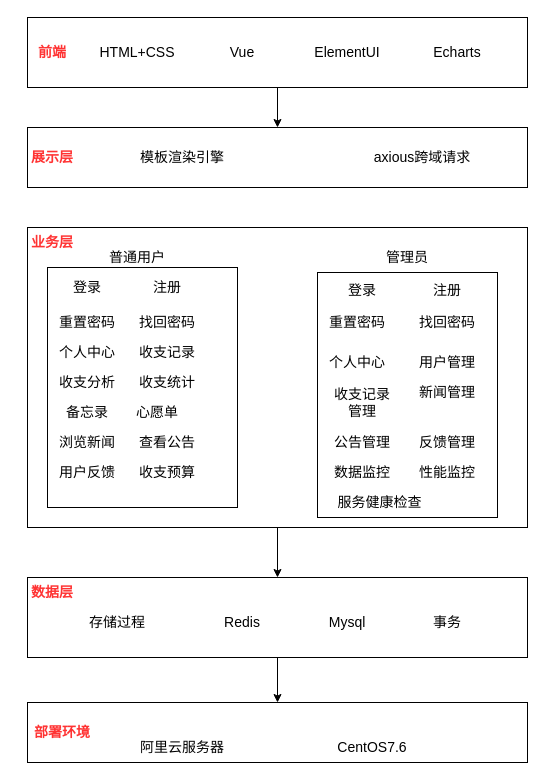
The draw.io diagram 毕设专用/系统架构图 (1).drawio in KTLeYing/draw-diagram, before the edit. Source tidied: cells renumbered, new cells numbered last; positions are measured from the earlier drawing's top-left corner, leaving out a move shared by most shapes. Both pictures are drawn from the tidied source at 100%, with x=0, y=0 at pixel (17, 17).
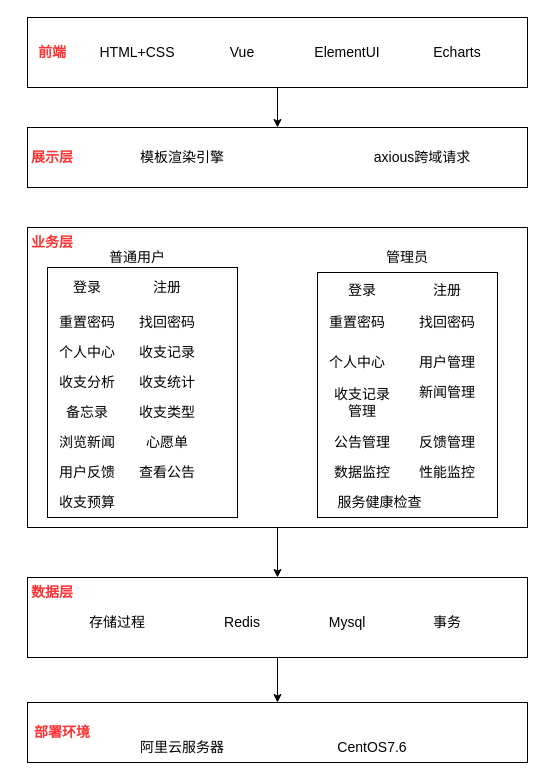
Above is the later version.

What changed in the source:
```diff
@@
     <mxCell id="14" style="rounded=0;whiteSpace=wrap;html=1;fontSize=14;fontColor=#000000;" parent="1" vertex="1">
-      <mxGeometry x="30" y="250" width="190" height="240" as="geometry" />
+      <mxGeometry x="30" y="250" width="190" height="250" as="geometry" />
     </mxCell>
@@
     <mxCell id="24" value="心愿单" style="text;html=1;strokeColor=none;fillColor=none;align=center;verticalAlign=middle;whiteSpace=wrap;rounded=0;fontSize=14;fontColor=#000000;" parent="1" vertex="1">
-      <mxGeometry x="110" y="380" width="60" height="30" as="geometry" />
+      <mxGeometry x="120" y="410" width="60" height="30" as="geometry" />
     </mxCell>
@@
     <mxCell id="30" value="查看公告" style="text;html=1;strokeColor=none;fillColor=none;align=center;verticalAlign=middle;whiteSpace=wrap;rounded=0;fontSize=14;fontColor=#000000;" parent="1" vertex="1">
-      <mxGeometry x="120" y="410" width="60" height="30" as="geometry" />
+      <mxGeometry x="120" y="440" width="60" height="30" as="geometry" />
     </mxCell>
@@
     <mxCell id="32" value="收支预算" style="text;html=1;strokeColor=none;fillColor=none;align=center;verticalAlign=middle;whiteSpace=wrap;rounded=0;fontSize=14;fontColor=#000000;" parent="1" vertex="1">
-      <mxGeometry x="120" y="440" width="60" height="30" as="geometry" />
+      <mxGeometry x="40" y="470" width="60" height="30" as="geometry" />
     </mxCell>
@@
+    <mxCell id="58" value="收支类型" style="text;html=1;strokeColor=none;fillColor=none;align=center;verticalAlign=middle;whiteSpace=wrap;rounded=0;fontSize=14;fontColor=#000000;" parent="1" vertex="1">
+      <mxGeometry x="120" y="380" width="60" height="30" as="geometry" />
+    </mxCell>
```
